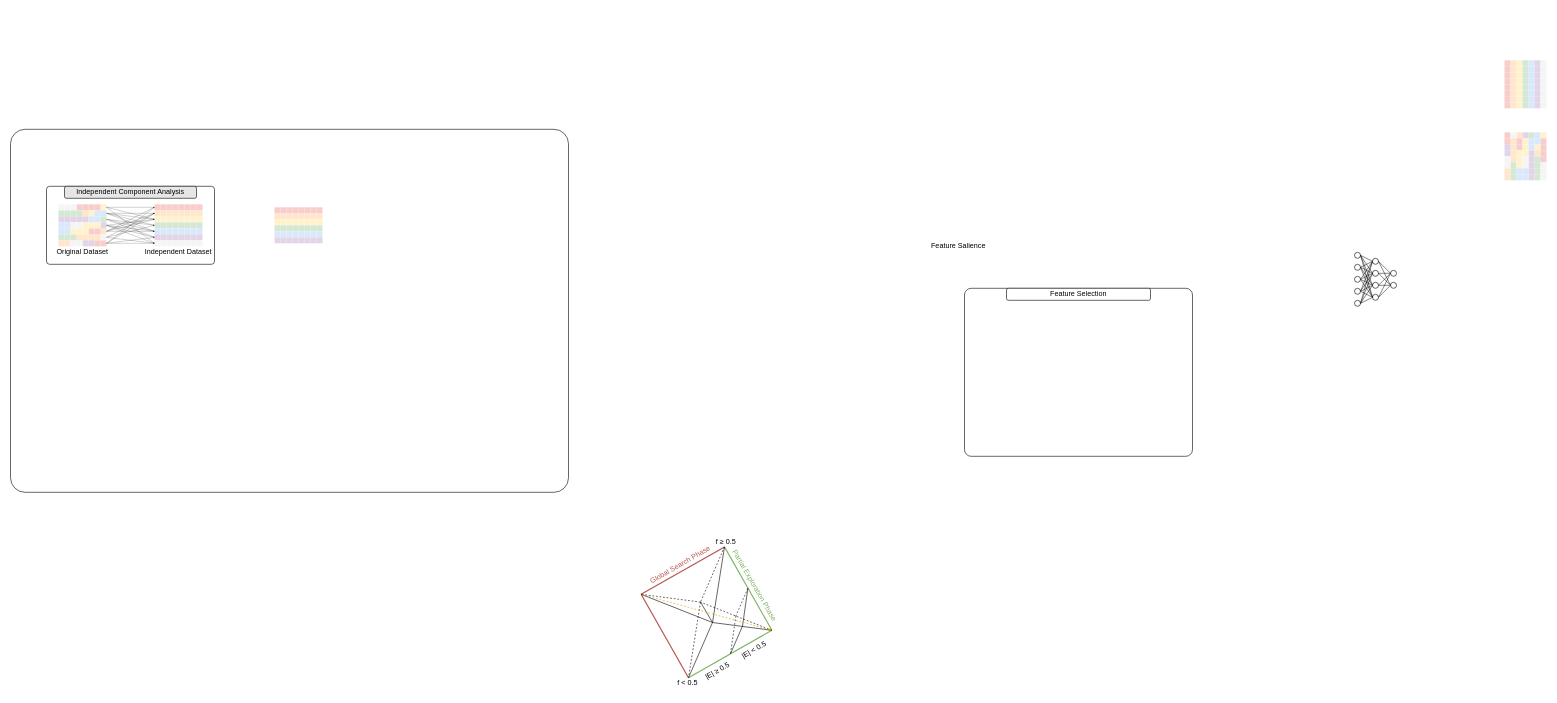
Before: 未命名绘图.drawio in weyg0/Diagrams, a draw.io diagram. Source tidied: cells renumbered, new cells numbered last; positions are measured from the earlier drawing's top-left corner, leaving out a move shared by most shapes. Both pictures are drawn from the tidied source at 60%, with x=0, y=0 at pixel (10, 60).
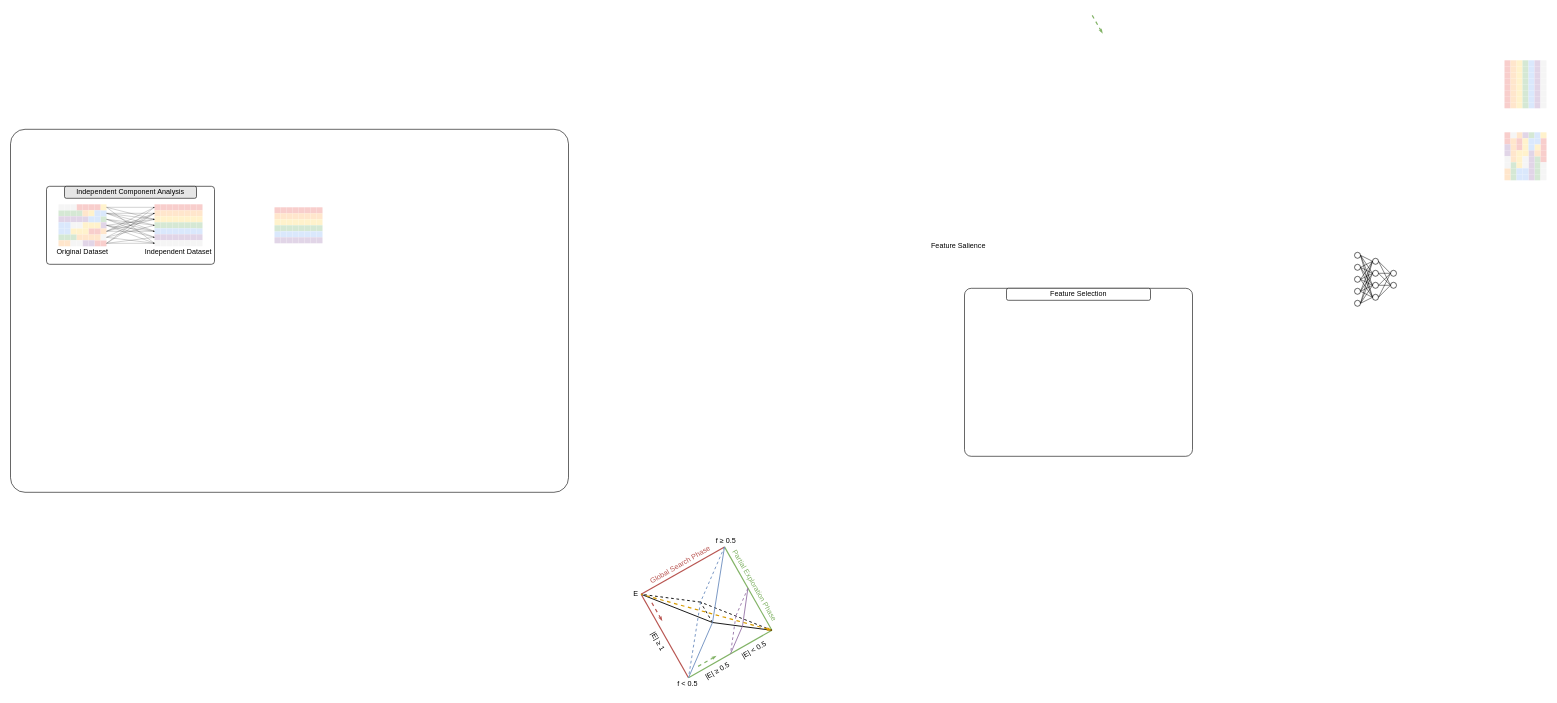
The same diagram, later.

Commit message (it also covers changes not shown here):
更新未命名绘图.drawio

The edit, as a diff of the source:
```diff
@@
+    <mxCell id="329" value="Partial Exploration Phase" style="text;html=1;align=center;verticalAlign=middle;strokeColor=none;fillColor=none;fontColor=#82b367;rotation=60;" parent="1" vertex="1">
+      <mxGeometry x="1160" y="860" width="160" height="30" as="geometry" />
+    </mxCell>
@@
-    <mxCell id="314" style="endArrow=none;html=1;rounded=0;dashed=1;" parent="1" edge="1">
+    <mxCell id="314" style="endArrow=none;html=1;rounded=0;dashed=1;strokeWidth=1.5;fillColor=#dae8fc;strokeColor=#6c8ebf;" parent="1" edge="1">
       <mxGeometry relative="1" as="geometry">
         <mxPoint x="1190" y="811" as="sourcePoint" />
         <mxPoint x="1150" y="903" as="targetPoint" />
       </mxGeometry>
     </mxCell>
-    <mxCell id="315" style="endArrow=none;html=1;rounded=0;dashed=1;" parent="1" edge="1">
+    <mxCell id="315" style="endArrow=none;html=1;rounded=0;dashed=1;strokeWidth=1.5;" parent="1" edge="1">
       <mxGeometry relative="1" as="geometry">
         <mxPoint x="1269" y="950" as="sourcePoint" />
         <mxPoint x="1150" y="903" as="targetPoint" />
       </mxGeometry>
     </mxCell>
-    <mxCell id="316" style="endArrow=none;html=1;rounded=0;dashed=1;" parent="1" edge="1">
+    <mxCell id="316" style="endArrow=none;html=1;rounded=0;dashed=1;strokeWidth=1.5;fillColor=#e1d5e7;strokeColor=#9673a6;" parent="1" edge="1">
       <mxGeometry relative="1" as="geometry">
         <mxPoint x="1229" y="880" as="sourcePoint" />
         <mxPoint x="1209" y="926" as="targetPoint" />
       </mxGeometry>
     </mxCell>
-    <mxCell id="317" style="endArrow=none;html=1;rounded=0;" parent="1" edge="1">
+    <mxCell id="317" style="endArrow=none;html=1;rounded=0;strokeWidth=1.5;" parent="1" edge="1">
       <mxGeometry relative="1" as="geometry">
         <mxPoint x="1170" y="937" as="sourcePoint" />
         <mxPoint x="1051" y="890" as="targetPoint" />
       </mxGeometry>
     </mxCell>
-    <mxCell id="318" style="endArrow=none;html=1;rounded=0;dashed=1;" parent="1" edge="1">
+    <mxCell id="318" style="endArrow=none;html=1;rounded=0;dashed=1;strokeWidth=1.5;" parent="1" edge="1">
       <mxGeometry relative="1" as="geometry">
         <mxPoint x="1150" y="903" as="sourcePoint" />
         <mxPoint x="1051" y="890" as="targetPoint" />
       </mxGeometry>
     </mxCell>
-    <mxCell id="319" style="endArrow=none;html=1;rounded=0;" parent="1" edge="1">
+    <mxCell id="319" style="endArrow=none;html=1;rounded=0;strokeWidth=1.5;" parent="1" edge="1">
       <mxGeometry relative="1" as="geometry">
         <mxPoint x="1269" y="950" as="sourcePoint" />
         <mxPoint x="1170" y="937" as="targetPoint" />
       </mxGeometry>
     </mxCell>
-    <mxCell id="320" style="endArrow=none;html=1;rounded=0;" parent="1" edge="1">
+    <mxCell id="320" style="endArrow=none;html=1;rounded=0;strokeWidth=1.5;dashed=1;" parent="1" edge="1">
       <mxGeometry relative="1" as="geometry">
         <mxPoint x="1170" y="937" as="sourcePoint" />
         <mxPoint x="1150" y="903" as="targetPoint" />
       </mxGeometry>
     </mxCell>
-    <mxCell id="321" style="endArrow=none;html=1;rounded=0;" parent="1" edge="1">
+    <mxCell id="321" style="endArrow=none;html=1;rounded=0;strokeWidth=1.5;fillColor=#dae8fc;strokeColor=#6c8ebf;" parent="1" edge="1">
       <mxGeometry relative="1" as="geometry">
         <mxPoint x="1170" y="937" as="sourcePoint" />
         <mxPoint x="1130" y="1029" as="targetPoint" />
       </mxGeometry>
     </mxCell>
-    <mxCell id="322" style="endArrow=none;html=1;rounded=0;dashed=1;" parent="1" edge="1">
+    <mxCell id="322" style="endArrow=none;html=1;rounded=0;dashed=1;strokeWidth=1.5;fillColor=#dae8fc;strokeColor=#6c8ebf;" parent="1" edge="1">
       <mxGeometry relative="1" as="geometry">
         <mxPoint x="1150" y="903" as="sourcePoint" />
         <mxPoint x="1130" y="1029" as="targetPoint" />
       </mxGeometry>
     </mxCell>
-    <mxCell id="323" style="endArrow=none;html=1;rounded=0;" parent="1" edge="1">
+    <mxCell id="323" style="endArrow=none;html=1;rounded=0;strokeWidth=1.5;fillColor=#dae8fc;strokeColor=#6c8ebf;" parent="1" edge="1">
       <mxGeometry relative="1" as="geometry">
         <mxPoint x="1190" y="811" as="sourcePoint" />
         <mxPoint x="1170" y="937" as="targetPoint" />
       </mxGeometry>
     </mxCell>
-    <mxCell id="324" style="endArrow=none;html=1;rounded=0;" parent="1" edge="1">
+    <mxCell id="324" style="endArrow=none;html=1;rounded=0;strokeWidth=1.5;fillColor=#e1d5e7;strokeColor=#9673a6;" parent="1" edge="1">
       <mxGeometry relative="1" as="geometry">
         <mxPoint x="1220" y="943" as="sourcePoint" />
         <mxPoint x="1200" y="989" as="targetPoint" />
       </mxGeometry>
     </mxCell>
-    <mxCell id="325" style="endArrow=none;html=1;rounded=0;dashed=1;" parent="1" edge="1">
+    <mxCell id="325" style="endArrow=none;html=1;rounded=0;dashed=1;strokeWidth=1.5;fillColor=#e1d5e7;strokeColor=#9673a6;" parent="1" edge="1">
       <mxGeometry relative="1" as="geometry">
         <mxPoint x="1209" y="926" as="sourcePoint" />
         <mxPoint x="1200" y="989" as="targetPoint" />
       </mxGeometry>
     </mxCell>
-    <mxCell id="326" style="endArrow=none;html=1;rounded=0;" parent="1" edge="1">
+    <mxCell id="326" style="endArrow=none;html=1;rounded=0;strokeWidth=1.5;fillColor=#e1d5e7;strokeColor=#9673a6;" parent="1" edge="1">
       <mxGeometry relative="1" as="geometry">
         <mxPoint x="1229" y="880" as="sourcePoint" />
         <mxPoint x="1220" y="943" as="targetPoint" />
       </mxGeometry>
     </mxCell>
-    <mxCell id="327" style="endArrow=none;html=1;rounded=0;startArrow=blockThin;startFill=1;startSize=3;dashed=1;fillColor=#ffe6cc;strokeColor=#d79b00;" parent="1" edge="1">
-      <mxGeometry relative="1" as="geometry">
-        <mxPoint x="1269" y="950" as="sourcePoint" />
-        <mxPoint x="1051" y="890" as="targetPoint" />
-      </mxGeometry>
-    </mxCell>
@@
-    <mxCell id="329" value="Partial Exploration Phase" style="text;html=1;align=center;verticalAlign=middle;strokeColor=none;fillColor=none;fontColor=#82b367;rotation=60;" parent="1" vertex="1">
-      <mxGeometry x="1160" y="860" width="160" height="30" as="geometry" />
-    </mxCell>
@@
     <mxCell id="369" value="f&amp;nbsp;≥ 0.5" style="text;html=1;align=center;verticalAlign=middle;strokeColor=none;fillColor=none;" parent="1" vertex="1">
-      <mxGeometry x="1162" y="788" width="60" height="30" as="geometry" />
+      <mxGeometry x="1162" y="786" width="60" height="30" as="geometry" />
     </mxCell>
@@
     <mxCell id="372" value="f &amp;lt; 0.5" style="text;html=1;align=center;verticalAlign=middle;strokeColor=none;fillColor=none;" parent="1" vertex="1">
-      <mxGeometry x="1098" y="1022" width="60" height="30" as="geometry" />
+      <mxGeometry x="1098" y="1025" width="60" height="30" as="geometry" />
     </mxCell>
+    <mxCell id="373" value="E" style="text;html=1;align=center;verticalAlign=middle;strokeColor=none;fillColor=none;" parent="1" vertex="1">
+      <mxGeometry x="1027" y="875" width="30" height="30" as="geometry" />
+    </mxCell>
+    <mxCell id="374" style="endArrow=none;html=1;rounded=0;fillColor=#d5e8d4;strokeColor=#82b366;strokeWidth=2;dashed=1;startArrow=classicThin;startFill=1;endSize=6;startSize=1;" parent="1" edge="1">
+      <mxGeometry relative="1" as="geometry">
+        <mxPoint x="1176" y="993" as="sourcePoint" />
+        <mxPoint x="1141" y="1013" as="targetPoint" />
+      </mxGeometry>
+    </mxCell>
+    <mxCell id="375" style="endArrow=none;html=1;rounded=0;fillColor=#f8cecc;strokeColor=#b85450;strokeWidth=2;dashed=1;startArrow=classicThin;startFill=1;endSize=6;startSize=1;" parent="1" edge="1">
+      <mxGeometry relative="1" as="geometry">
+        <mxPoint x="1086" y="934" as="sourcePoint" />
+        <mxPoint x="1066" y="899" as="targetPoint" />
+      </mxGeometry>
+    </mxCell>
+    <mxCell id="376" style="endArrow=none;html=1;rounded=0;fillColor=#d5e8d4;strokeColor=#82b366;strokeWidth=2;dashed=1;startArrow=classicThin;startFill=1;endSize=6;startSize=1;" parent="1" edge="1">
+      <mxGeometry relative="1" as="geometry">
+        <mxPoint x="1820" y="-45" as="sourcePoint" />
+        <mxPoint x="1800" y="-80" as="targetPoint" />
+      </mxGeometry>
+    </mxCell>
+    <mxCell id="377" value="|E|&amp;nbsp;≥ 1" style="text;html=1;align=center;verticalAlign=middle;strokeColor=none;fillColor=none;rotation=60;" parent="1" vertex="1">
+      <mxGeometry x="1049" y="953" width="60" height="30" as="geometry" />
+    </mxCell>
+    <mxCell id="327" style="endArrow=none;html=1;rounded=0;startArrow=blockThin;startFill=1;startSize=3;dashed=1;fillColor=#ffe6cc;strokeColor=#d79b00;strokeWidth=2;" parent="1" edge="1">
+      <mxGeometry relative="1" as="geometry">
+        <mxPoint x="1269" y="950" as="sourcePoint" />
+        <mxPoint x="1051" y="890" as="targetPoint" />
+      </mxGeometry>
+    </mxCell>
```
